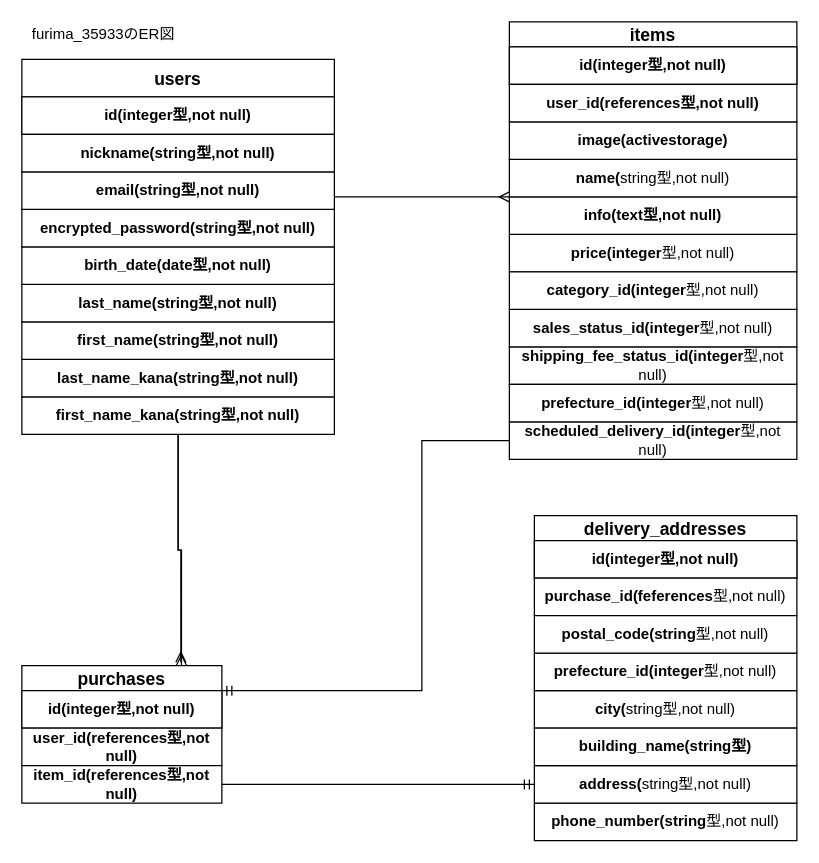
This is test.dio from tubuyakisyun/furima-35933, a draw.io file, before an edit. Source tidied: cells renumbered, new cells numbered last; positions are measured from the earlier drawing's top-left corner, leaving out a move shared by most shapes. Both pictures are drawn from the tidied source at 125%, with x=0, y=0 at pixel (21, 21).
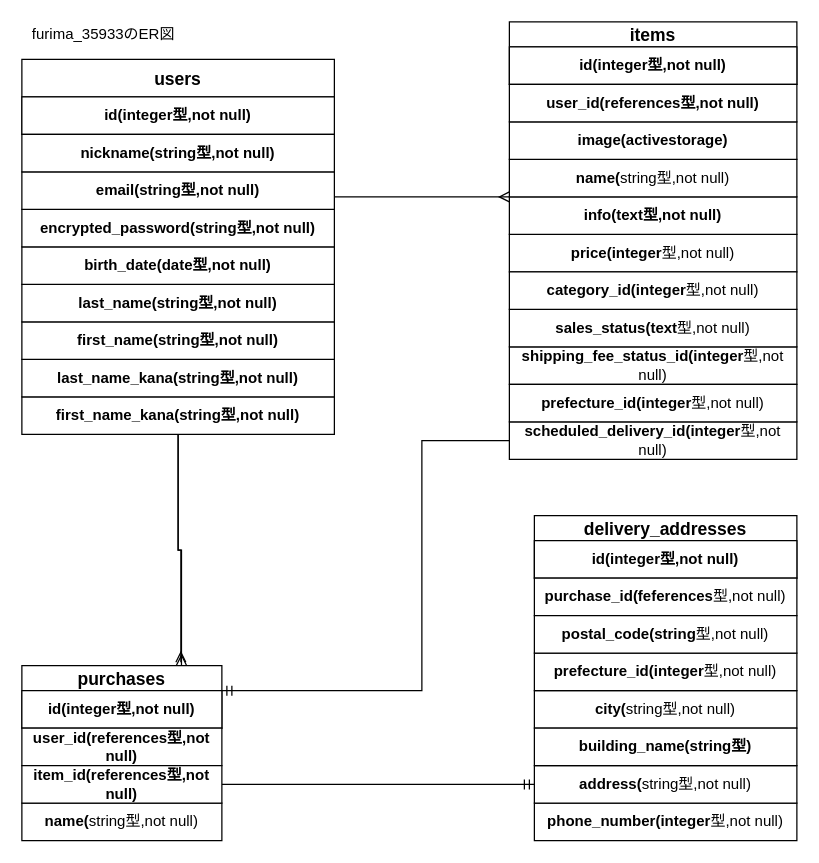
After the change.

What changed in the source:
```diff
@@
-    <mxCell id="14" value="sales_status_id(integer&lt;span style=&quot;font-weight: 400&quot;&gt;型,not null)&lt;/span&gt;" style="whiteSpace=wrap;html=1;rounded=0;shadow=0;align=center;fontStyle=1;" parent="1" vertex="1">
+    <mxCell id="14" value="sales_status(text&lt;span style=&quot;font-weight: 400&quot;&gt;型,not null)&lt;/span&gt;" style="whiteSpace=wrap;html=1;rounded=0;shadow=0;align=center;fontStyle=1;" parent="1" vertex="1">
       <mxGeometry x="390" y="230" width="230" height="30" as="geometry" />
     </mxCell>
@@
+    <mxCell id="43" value="name(&lt;span style=&quot;font-weight: 400&quot;&gt;string型,not null)&lt;/span&gt;" style="whiteSpace=wrap;html=1;rounded=0;shadow=0;align=center;fontStyle=1;" parent="1" vertex="1">
+      <mxGeometry y="625" width="160" height="30" as="geometry" />
+    </mxCell>
@@
-    <mxCell id="34" value="phone_number(string&lt;span style=&quot;font-weight: 400&quot;&gt;型,not null)&lt;/span&gt;" style="whiteSpace=wrap;html=1;rounded=0;shadow=0;align=center;fontStyle=1;" parent="1" vertex="1">
+    <mxCell id="34" value="phone_number(integer&lt;span style=&quot;font-weight: 400&quot;&gt;型,not null)&lt;/span&gt;" style="whiteSpace=wrap;html=1;rounded=0;shadow=0;align=center;fontStyle=1;" parent="1" vertex="1">
       <mxGeometry x="410" y="625" width="210" height="30" as="geometry" />
     </mxCell>
```
